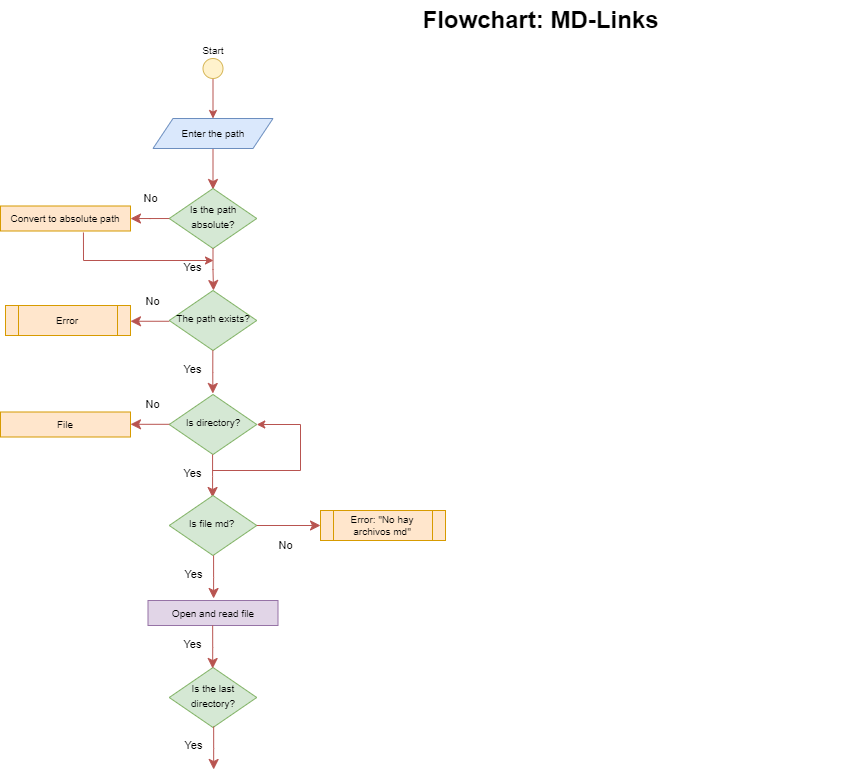
This is Diagrama_flujo_md-Links.drawio.png from arelia10/LIM017-md-links, a draw.io export, as it was before one commit. Source tidied: cells renumbered, new cells last; positions are measured from the earlier drawing's top-left corner, leaving out a move shared by most shapes.
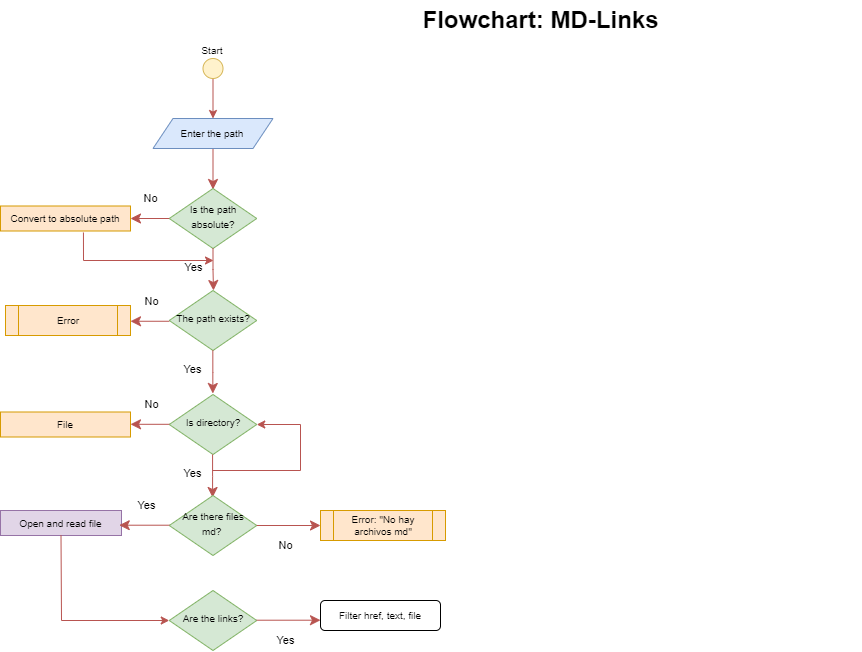
The same diagram one commit later.

Diff of the diagram source:
```diff
@@ -88,7 +88,7 @@
         </Array>
       </mxGeometry>
     </mxCell>
-    <mxCell id="20" value="&lt;font style=&quot;font-size: 10px;&quot;&gt;Is file md?&amp;nbsp;&lt;/font&gt;" style="rhombus;whiteSpace=wrap;html=1;shadow=0;fontFamily=Helvetica;fontSize=12;align=center;strokeWidth=1;spacing=6;spacingTop=-4;fillColor=#d5e8d4;strokeColor=#82b366;" parent="1" vertex="1">
+    <mxCell id="20" value="&lt;font style=&quot;font-size: 10px;&quot;&gt;Are there files md?&amp;nbsp;&lt;/font&gt;" style="rhombus;whiteSpace=wrap;html=1;shadow=0;fontFamily=Helvetica;fontSize=12;align=center;strokeWidth=1;spacing=6;spacingTop=-4;fillColor=#d5e8d4;strokeColor=#82b366;" parent="1" vertex="1">
       <mxGeometry x="168.8" y="495" width="87.5" height="60" as="geometry" />
     </mxCell>
     <mxCell id="21" value="&lt;font style=&quot;font-size: 10px;&quot;&gt;File&lt;/font&gt;" style="rounded=0;whiteSpace=wrap;html=1;fillColor=#ffe6cc;strokeColor=#d79b00;" parent="1" vertex="1">
@@ -109,41 +109,33 @@
     <mxCell id="24" value="Error: &quot;No hay archivos md&quot;" style="shape=process;whiteSpace=wrap;html=1;backgroundOutline=1;fontSize=10;fillColor=#ffe6cc;strokeColor=#d79b00;" parent="1" vertex="1">
       <mxGeometry x="320" y="510" width="125" height="30" as="geometry" />
     </mxCell>
-    <mxCell id="25" value="Yes" style="edgeStyle=orthogonalEdgeStyle;rounded=0;html=1;jettySize=auto;orthogonalLoop=1;fontSize=11;endArrow=classic;endFill=1;endSize=8;strokeWidth=1;shadow=0;labelBackgroundColor=none;fillColor=#f8cecc;strokeColor=#b85450;" parent="1" edge="1">
-      <mxGeometry x="-0.11" y="-20" relative="1" as="geometry">
-        <mxPoint x="213.1" y="555" as="sourcePoint" />
-        <mxPoint x="213.1" y="598" as="targetPoint" />
-        <Array as="points">
-          <mxPoint x="213.1" y="577" />
-          <mxPoint x="213.1" y="577" />
-        </Array>
-      </mxGeometry>
-    </mxCell>
     <mxCell id="26" value="&lt;font style=&quot;font-size: 10px;&quot;&gt;Open and read file&lt;/font&gt;" style="rounded=0;whiteSpace=wrap;html=1;fillColor=#e1d5e7;strokeColor=#9673a6;" parent="1" vertex="1">
-      <mxGeometry x="147.5" y="600" width="130" height="25" as="geometry" />
+      <mxGeometry y="510" width="121" height="25" as="geometry" />
     </mxCell>
-    <mxCell id="27" value="&lt;font style=&quot;font-size: 10px;&quot;&gt;Is the last directory?&lt;/font&gt;" style="rhombus;whiteSpace=wrap;html=1;shadow=0;fontFamily=Helvetica;fontSize=12;align=center;strokeWidth=1;spacing=6;spacingTop=-4;fillColor=#d5e8d4;strokeColor=#82b366;" parent="1" vertex="1">
-      <mxGeometry x="168.8" y="667" width="87.5" height="60" as="geometry" />
+    <mxCell id="27" value="&lt;font style=&quot;font-size: 10px;&quot;&gt;Are the links?&lt;/font&gt;" style="rhombus;whiteSpace=wrap;html=1;shadow=0;fontFamily=Helvetica;fontSize=12;align=center;strokeWidth=1;spacing=6;spacingTop=-4;fillColor=#d5e8d4;strokeColor=#82b366;" parent="1" vertex="1">
+      <mxGeometry x="168.8" y="590" width="87.5" height="60" as="geometry" />
     </mxCell>
-    <mxCell id="28" value="Yes" style="edgeStyle=orthogonalEdgeStyle;rounded=0;html=1;jettySize=auto;orthogonalLoop=1;fontSize=11;endArrow=classic;endFill=1;endSize=8;strokeWidth=1;shadow=0;labelBackgroundColor=none;fillColor=#f8cecc;strokeColor=#b85450;" parent="1" edge="1">
-      <mxGeometry x="-0.11" y="-20" relative="1" as="geometry">
-        <mxPoint x="212.2" y="625" as="sourcePoint" />
-        <mxPoint x="212.2" y="668" as="targetPoint" />
-        <Array as="points">
-          <mxPoint x="212.2" y="647" />
-          <mxPoint x="212.2" y="647" />
-        </Array>
-      </mxGeometry>
-    </mxCell>
-    <mxCell id="29" value="Yes" style="edgeStyle=orthogonalEdgeStyle;rounded=0;html=1;jettySize=auto;orthogonalLoop=1;fontSize=11;endArrow=classic;endFill=1;endSize=8;strokeWidth=1;shadow=0;labelBackgroundColor=none;fillColor=#f8cecc;strokeColor=#b85450;" parent="1" edge="1">
-      <mxGeometry x="-0.11" y="-20" relative="1" as="geometry">
-        <mxPoint x="213.2" y="726" as="sourcePoint" />
-        <mxPoint x="213.2" y="769" as="targetPoint" />
-        <Array as="points">
-          <mxPoint x="213.2" y="748" />
-          <mxPoint x="213.2" y="748" />
-        </Array>
-      </mxGeometry>
-    </mxCell>
+    <mxCell id="30" style="endArrow=classic;html=1;rounded=0;fillColor=#f8cecc;strokeColor=#b85450;entryX=0;entryY=0.5;entryDx=0;entryDy=0;exitX=0.5;exitY=1;exitDx=0;exitDy=0;" parent="1" edge="1" source="26" target="27">
+      <mxGeometry relative="1" as="geometry">
+        <Array as="points">
+          <mxPoint x="61" y="620" />
+        </Array>
+      </mxGeometry>
+    </mxCell>
+    <mxCell id="31" value="Yes" style="edgeStyle=orthogonalEdgeStyle;rounded=0;html=1;jettySize=auto;orthogonalLoop=1;fontSize=11;endArrow=classic;endFill=1;endSize=8;strokeWidth=1;shadow=0;labelBackgroundColor=none;fillColor=#f8cecc;strokeColor=#b85450;entryX=0;entryY=0.5;entryDx=0;entryDy=0;exitX=1;exitY=0.5;exitDx=0;exitDy=0;" parent="1" edge="1">
+      <mxGeometry x="-0.11" y="-20" relative="1" as="geometry">
+        <mxPoint x="256.2" y="619.7" as="sourcePoint" />
+        <mxPoint x="320" y="619.7" as="targetPoint" />
+      </mxGeometry>
+    </mxCell>
+    <mxCell id="32" value="Yes" style="edgeStyle=orthogonalEdgeStyle;rounded=0;html=1;jettySize=auto;orthogonalLoop=1;fontSize=11;endArrow=classic;endFill=1;endSize=8;strokeWidth=1;shadow=0;labelBackgroundColor=none;fillColor=#f8cecc;strokeColor=#b85450;exitX=1;exitY=0.5;exitDx=0;exitDy=0;" parent="1" edge="1">
+      <mxGeometry x="-0.11" y="-20" relative="1" as="geometry">
+        <mxPoint x="168.8" y="524.7" as="sourcePoint" />
+        <mxPoint x="118.8" y="524.7" as="targetPoint" />
+      </mxGeometry>
+    </mxCell>
+    <mxCell id="33" value="&lt;font style=&quot;font-size: 10px;&quot;&gt;Filter href, text, file&lt;/font&gt;" style="rounded=1;whiteSpace=wrap;html=1;" parent="1" vertex="1">
+      <mxGeometry x="320" y="600" width="120" height="30" as="geometry" />
+    </mxCell>
   </root>
 </mxGraphModel>
```
